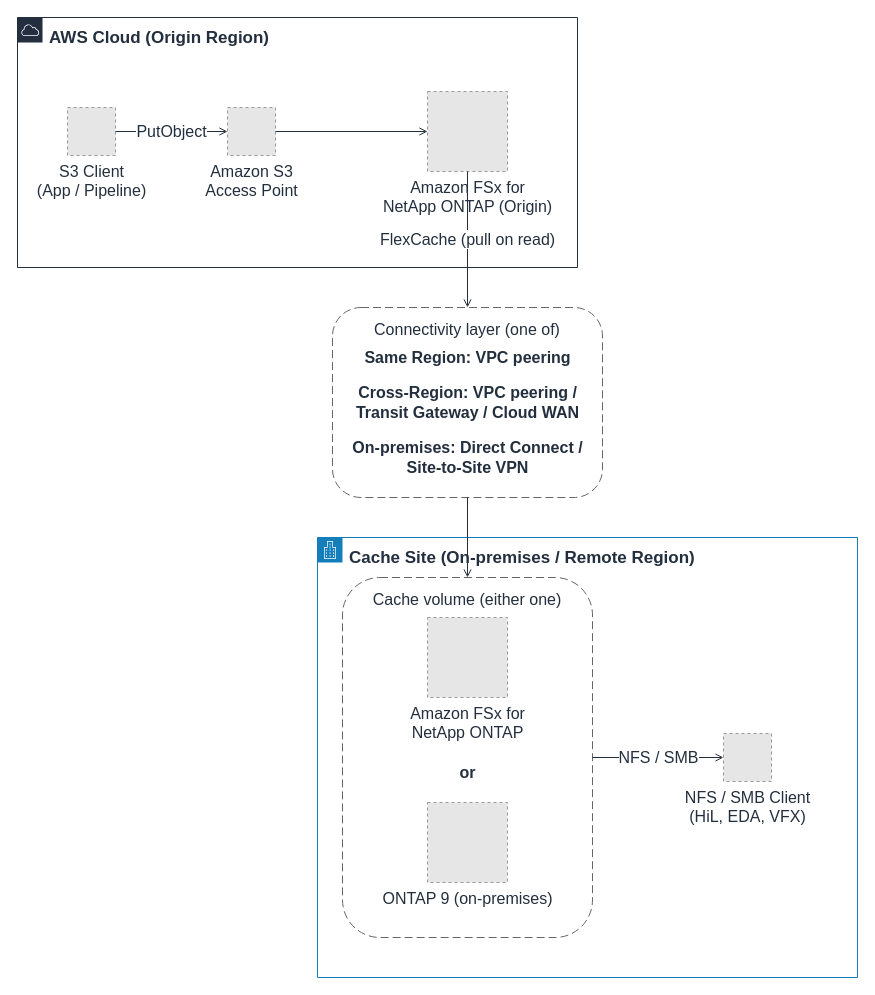
This is docs/_assets/diagrams/s3burst-architecture-overview-en.drawio from Yoshiki0705/S3-Burst-on-ONTAP-Files, a draw.io file, before an edit. Source tidied: cells renumbered, new cells numbered last; positions are measured from the earlier drawing's top-left corner, leaving out a move shared by most shapes. Both pictures are drawn from the tidied source at 100%, with x=0, y=0 at pixel (17, 17). Pictures stored in the file or linked from it are replaced by grey dashed boxes.
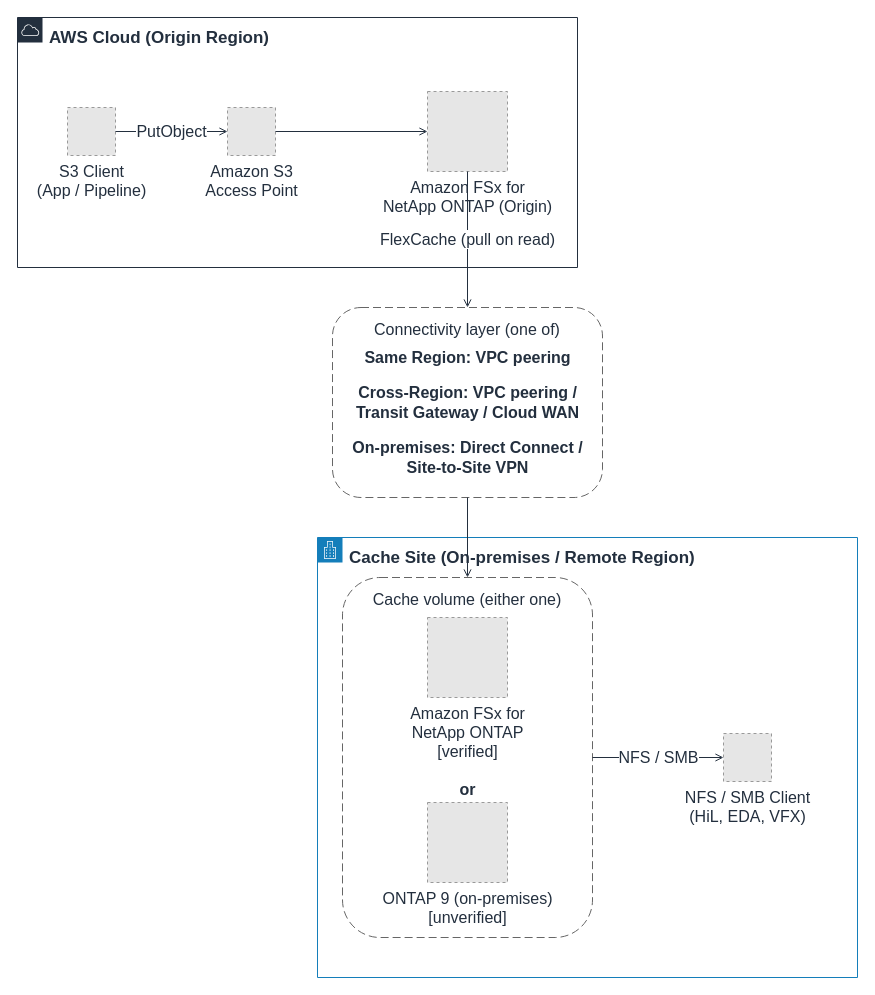
The same page after the edit.

Commit message (it also covers changes not shown here):
docs: put each cache platform's stage inside the figure (#170)

What changed in the source:
```diff
@@
     <mxCell id="6" value="or" style="text;html=1;strokeColor=none;fillColor=none;align=center;verticalAlign=middle;fontSize=16;fontStyle=1;fontColor=#232F3E;" parent="1" vertex="1">
-      <mxGeometry x="415" y="745" width="70" height="20" as="geometry" />
+      <mxGeometry x="415" y="762" width="70" height="20" as="geometry" />
     </mxCell>
@@
-    <mxCell id="13" value="Amazon FSx for&#10;NetApp ONTAP" style="fillColor=#E6E6E6;strokeColor=#999999;dashed=1;html=1;verticalLabelPosition=bottom;verticalAlign=top;labelPosition=center;align=center;fontSize=16;fontColor=#232F3E;" parent="1" vertex="1">
+    <mxCell id="13" value="Amazon FSx for&#10;NetApp ONTAP&#10;[verified]" style="fillColor=#E6E6E6;strokeColor=#999999;dashed=1;html=1;verticalLabelPosition=bottom;verticalAlign=top;labelPosition=center;align=center;fontSize=16;fontColor=#232F3E;" parent="1" vertex="1">
       <mxGeometry x="410" y="600" width="80" height="80" as="geometry" />
     </mxCell>
-    <mxCell id="14" value="ONTAP 9 (on-premises)" style="fillColor=#E6E6E6;strokeColor=#999999;dashed=1;html=1;verticalLabelPosition=bottom;verticalAlign=top;labelPosition=center;align=center;fontSize=16;fontColor=#232F3E;" parent="1" vertex="1">
+    <mxCell id="14" value="ONTAP 9 (on-premises)&#10;[unverified]" style="fillColor=#E6E6E6;strokeColor=#999999;dashed=1;html=1;verticalLabelPosition=bottom;verticalAlign=top;labelPosition=center;align=center;fontSize=16;fontColor=#232F3E;" parent="1" vertex="1">
       <mxGeometry x="410" y="785" width="80" height="80" as="geometry" />
     </mxCell>
```
